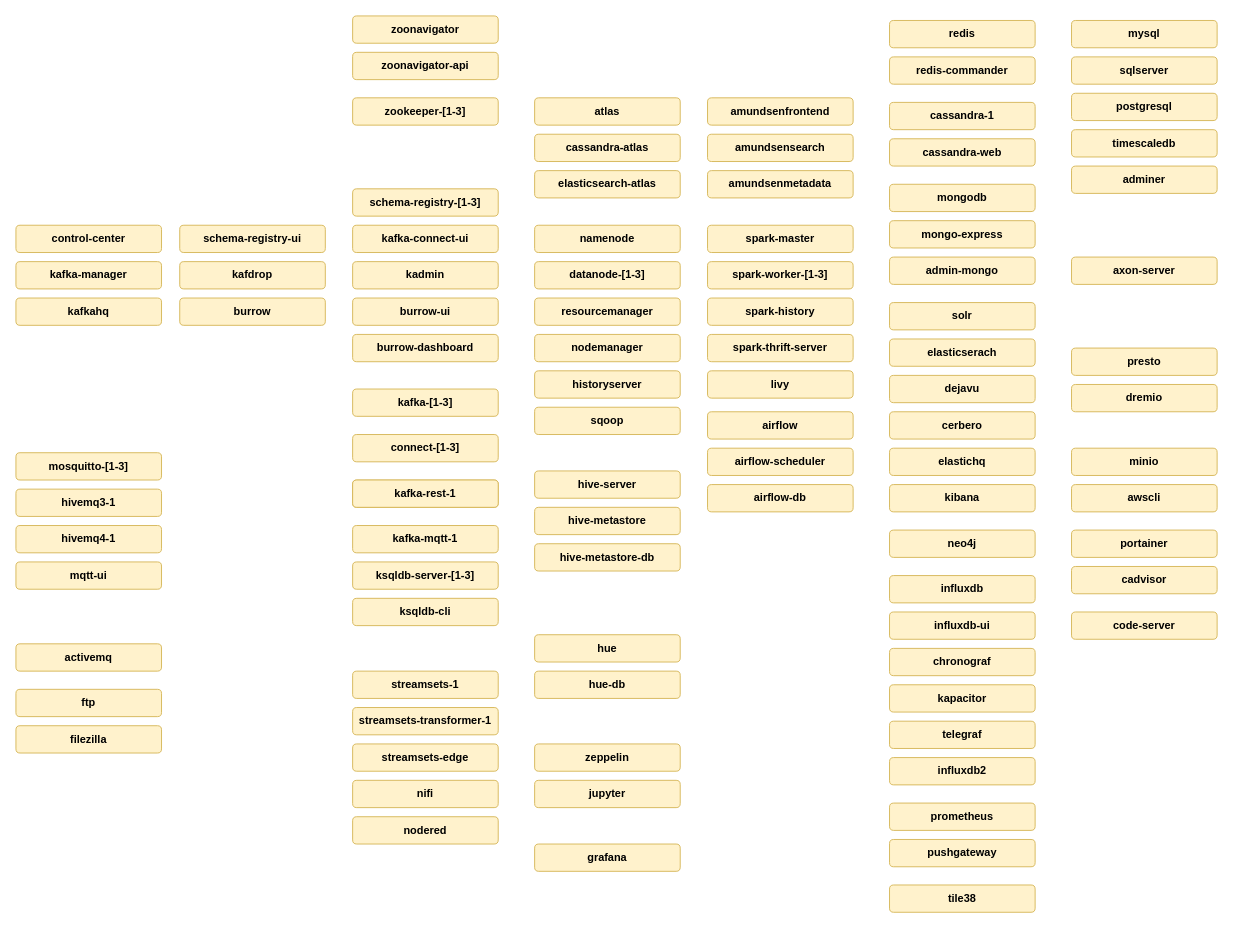
Earlier version of the draw.io diagram page "Page-1" (1 of 3) of platform-stacks/modern-data-platform/documentation/drawio/modern-data-platform.drawio (TrivadisPF/platys-modern-data-platform). Source tidied: cells renumbered, new cells numbered last; positions are measured from the earlier drawing's top-left corner, leaving out a move shared by most shapes. Both pictures are drawn from the tidied source at 91%, with x=0, y=0 at pixel (15, 15).
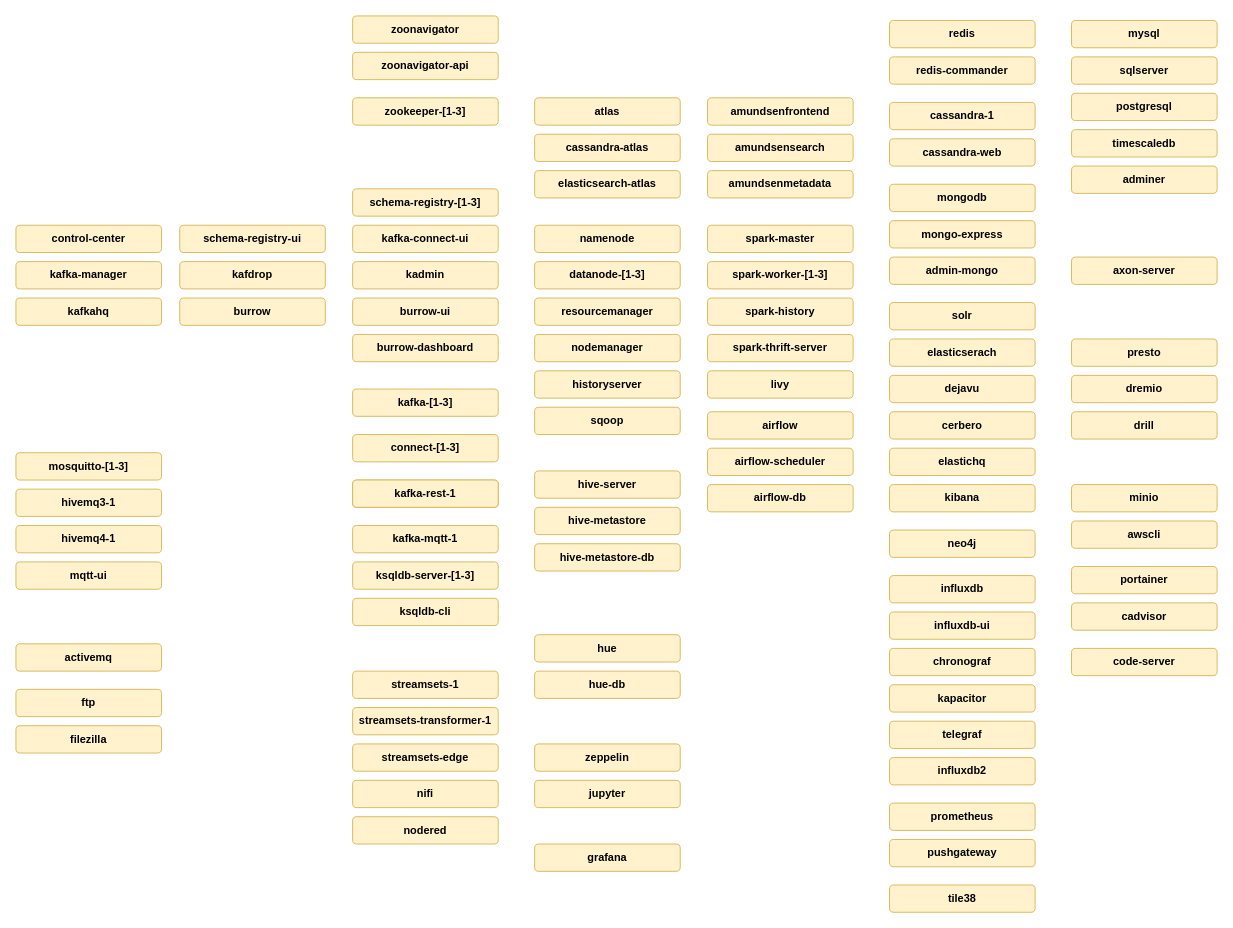
After the change.

Commit message (it also covers changes not shown here):
Apache Drill added #134

Change to the diagram source:
```diff
@@
     <mxCell id="89" value="&lt;span&gt;minio&lt;/span&gt;" style="rounded=1;whiteSpace=wrap;html=1;fillColor=#fff2cc;strokeColor=#d6b656;fontStyle=1;" parent="1" vertex="1">
-      <mxGeometry x="1160" y="475" width="160" height="30" as="geometry" />
+      <mxGeometry x="1160" y="515" width="160" height="30" as="geometry" />
     </mxCell>
     <mxCell id="90" value="&lt;span&gt;awscli&lt;/span&gt;" style="rounded=1;whiteSpace=wrap;html=1;fillColor=#fff2cc;strokeColor=#d6b656;fontStyle=1;" parent="1" vertex="1">
-      <mxGeometry x="1160" y="515" width="160" height="30" as="geometry" />
+      <mxGeometry x="1160" y="555" width="160" height="30" as="geometry" />
     </mxCell>
     <mxCell id="91" value="&lt;span&gt;portainer&lt;/span&gt;" style="rounded=1;whiteSpace=wrap;html=1;fillColor=#fff2cc;strokeColor=#d6b656;fontStyle=1;" parent="1" vertex="1">
-      <mxGeometry x="1160" y="565" width="160" height="30" as="geometry" />
+      <mxGeometry x="1160" y="605" width="160" height="30" as="geometry" />
     </mxCell>
     <mxCell id="92" value="&lt;span&gt;cadvisor&lt;/span&gt;" style="rounded=1;whiteSpace=wrap;html=1;fillColor=#fff2cc;strokeColor=#d6b656;fontStyle=1;" parent="1" vertex="1">
-      <mxGeometry x="1160" y="605" width="160" height="30" as="geometry" />
+      <mxGeometry x="1160" y="645" width="160" height="30" as="geometry" />
     </mxCell>
     <mxCell id="93" value="&lt;span&gt;presto&lt;/span&gt;" style="rounded=1;whiteSpace=wrap;html=1;fillColor=#fff2cc;strokeColor=#d6b656;fontStyle=1;" parent="1" vertex="1">
-      <mxGeometry x="1160" y="365" width="160" height="30" as="geometry" />
+      <mxGeometry x="1160" y="355" width="160" height="30" as="geometry" />
     </mxCell>
     <mxCell id="94" value="&lt;span&gt;dremio&lt;/span&gt;" style="rounded=1;whiteSpace=wrap;html=1;fillColor=#fff2cc;strokeColor=#d6b656;fontStyle=1;" parent="1" vertex="1">
-      <mxGeometry x="1160" y="405" width="160" height="30" as="geometry" />
+      <mxGeometry x="1160" y="395" width="160" height="30" as="geometry" />
     </mxCell>
@@
     <mxCell id="98" value="&lt;span&gt;code-server&lt;/span&gt;" style="rounded=1;whiteSpace=wrap;html=1;fillColor=#fff2cc;strokeColor=#d6b656;fontStyle=1;" parent="1" vertex="1">
-      <mxGeometry x="1160" y="655" width="160" height="30" as="geometry" />
+      <mxGeometry x="1160" y="695" width="160" height="30" as="geometry" />
     </mxCell>
+    <mxCell id="99" value="&lt;span&gt;drill&lt;/span&gt;" style="rounded=1;whiteSpace=wrap;html=1;fillColor=#fff2cc;strokeColor=#d6b656;fontStyle=1;" parent="1" vertex="1">
+      <mxGeometry x="1160" y="435" width="160" height="30" as="geometry" />
+    </mxCell>
```
